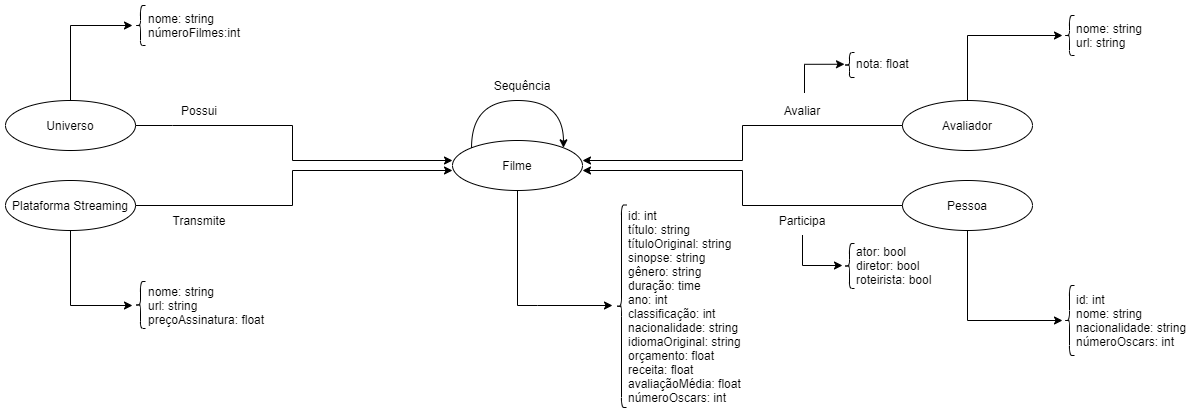
This is lab08-projeto/images/modelo-logico-grafos.png from MovieCatalogDS/MovieCatalogDS, a draw.io export, as it was before one commit. Source tidied: cells renumbered, new cells last; positions are measured from the earlier drawing's top-left corner, leaving out a move shared by most shapes.
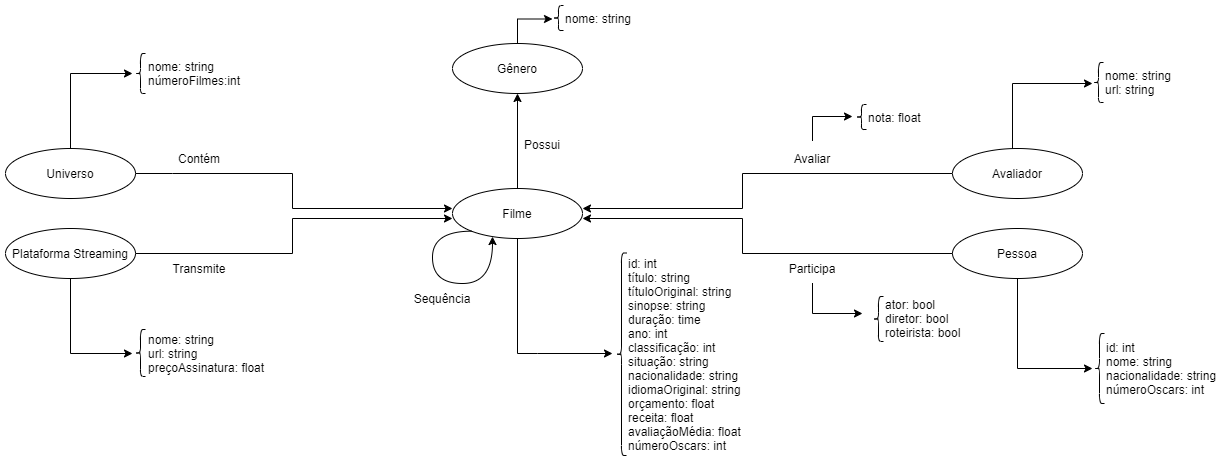
Above is the later version.

Commit message:
Correção das perguntas e do modelo lógico

Diff of the diagram source:
```diff
@@ -3,177 +3,202 @@
     <mxCell id="0" />
     <mxCell id="1" parent="0" />
     <mxCell id="2" style="shape=curlyBracket;whiteSpace=wrap;html=1;rounded=1;" parent="1" vertex="1">
-      <mxGeometry x="611" y="199.5" width="10" height="202.5" as="geometry" />
+      <mxGeometry x="-78" y="199.5" width="10" height="202.5" as="geometry" />
     </mxCell>
     <mxCell id="3" style="endArrow=classic;html=1;rounded=0;edgeStyle=orthogonalEdgeStyle;exitX=0.5;exitY=1;exitDx=0;exitDy=0;" parent="1" edge="1" source="8">
       <mxGeometry relative="1" as="geometry">
-        <mxPoint x="607" y="300" as="targetPoint" />
+        <mxPoint x="-82" y="300" as="targetPoint" />
         <Array as="points">
-          <mxPoint x="532" y="300" />
-          <mxPoint x="607" y="300" />
+          <mxPoint x="-157" y="300" />
+          <mxPoint x="-82" y="300" />
         </Array>
       </mxGeometry>
     </mxCell>
-    <mxCell id="4" value="id: int&lt;br&gt;título: string&lt;br&gt;&lt;div&gt;&lt;span&gt;títuloOriginal: string&lt;/span&gt;&lt;/div&gt;&lt;div&gt;&lt;span&gt;sinopse: string&lt;/span&gt;&lt;/div&gt;&lt;div&gt;&lt;span&gt;gênero: string&lt;/span&gt;&lt;/div&gt;&lt;div&gt;duração: time&lt;/div&gt;&lt;div&gt;ano: int&lt;/div&gt;&lt;div&gt;classificação: int&lt;br&gt;&lt;/div&gt;&lt;div&gt;nacionalidade: string&lt;/div&gt;&lt;div&gt;idiomaOriginal: string&lt;/div&gt;&lt;div&gt;orçamento: float&lt;/div&gt;&lt;div&gt;receita: float&lt;/div&gt;&lt;div&gt;avaliaçãoMédia: float&lt;br&gt;&lt;/div&gt;&lt;div&gt;&lt;span&gt;númeroOscars: int&lt;/span&gt;&lt;/div&gt;" style="text;html=1;strokeColor=none;fillColor=none;align=left;verticalAlign=middle;whiteSpace=wrap;rounded=0;" parent="1" vertex="1">
-      <mxGeometry x="621" y="196.4" width="125" height="208.8" as="geometry" />
+    <mxCell id="4" value="id: int&lt;br&gt;título: string&lt;br&gt;&lt;div&gt;&lt;span&gt;títuloOriginal: string&lt;/span&gt;&lt;/div&gt;&lt;div&gt;&lt;span&gt;sinopse: string&lt;/span&gt;&lt;/div&gt;&lt;div&gt;duração: time&lt;/div&gt;&lt;div&gt;ano: int&lt;/div&gt;&lt;div&gt;classificação: int&lt;br&gt;&lt;/div&gt;&lt;div&gt;&lt;div&gt;situação: string&lt;/div&gt;&lt;/div&gt;&lt;div&gt;nacionalidade: string&lt;/div&gt;&lt;div&gt;idiomaOriginal: string&lt;/div&gt;&lt;div&gt;orçamento: float&lt;/div&gt;&lt;div&gt;receita: float&lt;/div&gt;&lt;div&gt;avaliaçãoMédia: float&lt;br&gt;&lt;/div&gt;&lt;div&gt;&lt;span&gt;númeroOscars: int&lt;/span&gt;&lt;/div&gt;" style="text;html=1;strokeColor=none;fillColor=none;align=left;verticalAlign=middle;whiteSpace=wrap;rounded=0;" parent="1" vertex="1">
+      <mxGeometry x="-68" y="196.4" width="125" height="208.8" as="geometry" />
     </mxCell>
     <mxCell id="5" style="shape=curlyBracket;whiteSpace=wrap;html=1;rounded=1;" parent="1" vertex="1">
-      <mxGeometry x="1059" y="280" width="10" height="70" as="geometry" />
+      <mxGeometry x="400" y="280" width="10" height="70" as="geometry" />
     </mxCell>
     <mxCell id="6" value="id: int&lt;br&gt;&lt;div&gt;&lt;span&gt;nome: string&lt;/span&gt;&lt;/div&gt;&lt;div&gt;nacionalidade: string&lt;/div&gt;&lt;div&gt;númeroOscars: int&lt;/div&gt;" style="text;html=1;strokeColor=none;fillColor=none;align=left;verticalAlign=middle;whiteSpace=wrap;rounded=0;" parent="1" vertex="1">
-      <mxGeometry x="1069" y="280" width="118" height="70" as="geometry" />
+      <mxGeometry x="410" y="280" width="118" height="70" as="geometry" />
     </mxCell>
     <mxCell id="7" value="Plataforma Streaming" style="ellipse;whiteSpace=wrap;html=1;" parent="1" vertex="1">
-      <mxGeometry y="175" width="130" height="50" as="geometry" />
+      <mxGeometry x="-689" y="175" width="130" height="50" as="geometry" />
     </mxCell>
     <mxCell id="8" value="Filme" style="ellipse;whiteSpace=wrap;html=1;" parent="1" vertex="1">
-      <mxGeometry x="447" y="135" width="130" height="50" as="geometry" />
+      <mxGeometry x="-242" y="135" width="130" height="50" as="geometry" />
     </mxCell>
     <mxCell id="9" value="Pessoa" style="ellipse;whiteSpace=wrap;html=1;" parent="1" vertex="1">
-      <mxGeometry x="897" y="175" width="130" height="50" as="geometry" />
+      <mxGeometry x="258" y="175" width="130" height="50" as="geometry" />
     </mxCell>
     <mxCell id="10" style="endArrow=classic;html=1;rounded=0;edgeStyle=orthogonalEdgeStyle;exitX=0.5;exitY=1;exitDx=0;exitDy=0;" parent="1" edge="1" source="7">
       <mxGeometry relative="1" as="geometry">
-        <mxPoint x="127" y="300" as="targetPoint" />
+        <mxPoint x="-562" y="300" as="targetPoint" />
         <Array as="points">
-          <mxPoint x="65" y="300" />
+          <mxPoint x="-624" y="300" />
         </Array>
       </mxGeometry>
     </mxCell>
     <mxCell id="11" style="endArrow=classic;html=1;rounded=0;edgeStyle=orthogonalEdgeStyle;exitX=0.5;exitY=1;exitDx=0;exitDy=0;" parent="1" edge="1" source="9">
       <mxGeometry relative="1" as="geometry">
-        <mxPoint x="1057" y="315" as="targetPoint" />
+        <mxPoint x="398" y="315" as="targetPoint" />
         <Array as="points">
-          <mxPoint x="962" y="315" />
+          <mxPoint x="323" y="315" />
         </Array>
       </mxGeometry>
     </mxCell>
     <mxCell id="12" style="shape=curlyBracket;whiteSpace=wrap;html=1;rounded=1;" parent="1" vertex="1">
-      <mxGeometry x="130" y="276" width="10" height="47" as="geometry" />
+      <mxGeometry x="-559" y="276" width="10" height="47" as="geometry" />
     </mxCell>
     <mxCell id="13" value="nome: string&lt;br&gt;url: string&lt;br&gt;preçoAssinatura: float" style="text;html=1;strokeColor=none;fillColor=none;align=left;verticalAlign=middle;whiteSpace=wrap;rounded=0;" parent="1" vertex="1">
-      <mxGeometry x="141" y="274.5" width="127" height="50" as="geometry" />
+      <mxGeometry x="-548" y="274.5" width="127" height="50" as="geometry" />
     </mxCell>
-    <mxCell id="14" style="curved=1;endArrow=classic;html=1;rounded=0;edgeStyle=orthogonalEdgeStyle;exitX=0;exitY=0;exitDx=0;exitDy=0;entryX=1;entryY=0;entryDx=0;entryDy=0;" parent="1" edge="1" source="8" target="8">
+    <mxCell id="14" style="curved=1;endArrow=classic;html=1;rounded=0;edgeStyle=orthogonalEdgeStyle;exitX=0;exitY=1;exitDx=0;exitDy=0;" parent="1" edge="1" source="8" target="8">
       <mxGeometry relative="1" as="geometry">
         <Array as="points">
-          <mxPoint x="466" y="95" />
-          <mxPoint x="558" y="95" />
+          <mxPoint x="-262" y="178" />
+          <mxPoint x="-262" y="230" />
+          <mxPoint x="-202" y="230" />
         </Array>
       </mxGeometry>
     </mxCell>
     <mxCell id="15" value="Sequência" style="text;html=1;strokeColor=none;fillColor=none;align=center;verticalAlign=middle;whiteSpace=wrap;rounded=0;" parent="1" vertex="1">
-      <mxGeometry x="487" y="65" width="60" height="30" as="geometry" />
+      <mxGeometry x="-282" y="229.5" width="60" height="30" as="geometry" />
     </mxCell>
     <mxCell id="16" value="Participa" style="text;html=1;strokeColor=none;fillColor=none;align=center;verticalAlign=middle;whiteSpace=wrap;rounded=0;" parent="1" vertex="1">
-      <mxGeometry x="767" y="199.5" width="60" height="30" as="geometry" />
+      <mxGeometry x="88" y="199.5" width="60" height="30" as="geometry" />
     </mxCell>
     <mxCell id="17" style="endArrow=classic;html=1;rounded=0;edgeStyle=orthogonalEdgeStyle;exitX=0.5;exitY=1;exitDx=0;exitDy=0;" parent="1" edge="1" source="16">
       <mxGeometry relative="1" as="geometry">
-        <mxPoint x="837" y="260" as="targetPoint" />
+        <mxPoint x="168" y="260" as="targetPoint" />
         <Array as="points">
-          <mxPoint x="797" y="260" />
+          <mxPoint x="118" y="260" />
+          <mxPoint x="168" y="260" />
         </Array>
       </mxGeometry>
     </mxCell>
     <mxCell id="18" style="shape=curlyBracket;whiteSpace=wrap;html=1;rounded=1;" parent="1" vertex="1">
-      <mxGeometry x="839" y="238" width="10" height="45" as="geometry" />
+      <mxGeometry x="179" y="243" width="10" height="45" as="geometry" />
     </mxCell>
     <mxCell id="19" value="ator: bool&lt;br&gt;diretor: bool&lt;br&gt;roteirista: bool" style="text;html=1;strokeColor=none;fillColor=none;align=left;verticalAlign=middle;whiteSpace=wrap;rounded=0;" parent="1" vertex="1">
-      <mxGeometry x="849" y="235" width="80" height="50" as="geometry" />
+      <mxGeometry x="189" y="240" width="80" height="50" as="geometry" />
     </mxCell>
     <mxCell id="20" value="Universo" style="ellipse;whiteSpace=wrap;html=1;" parent="1" vertex="1">
-      <mxGeometry y="95" width="130" height="50" as="geometry" />
+      <mxGeometry x="-689" y="95" width="130" height="50" as="geometry" />
     </mxCell>
     <mxCell id="21" style="endArrow=classic;html=1;rounded=0;edgeStyle=orthogonalEdgeStyle;exitX=1;exitY=0.5;exitDx=0;exitDy=0;" parent="1" edge="1" source="20">
       <mxGeometry relative="1" as="geometry">
-        <mxPoint x="447" y="155" as="targetPoint" />
+        <mxPoint x="-242" y="155" as="targetPoint" />
         <Array as="points">
-          <mxPoint x="167" y="120" />
-          <mxPoint x="287" y="120" />
-          <mxPoint x="287" y="155" />
+          <mxPoint x="-522" y="120" />
+          <mxPoint x="-402" y="120" />
+          <mxPoint x="-402" y="155" />
         </Array>
       </mxGeometry>
     </mxCell>
     <mxCell id="22" style="endArrow=classic;html=1;rounded=0;edgeStyle=orthogonalEdgeStyle;exitX=1;exitY=0.5;exitDx=0;exitDy=0;" parent="1" edge="1" source="7">
       <mxGeometry relative="1" as="geometry">
-        <mxPoint x="447" y="165" as="targetPoint" />
+        <mxPoint x="-242" y="165" as="targetPoint" />
         <Array as="points">
-          <mxPoint x="287" y="200" />
-          <mxPoint x="287" y="165" />
+          <mxPoint x="-402" y="200" />
+          <mxPoint x="-402" y="165" />
         </Array>
       </mxGeometry>
     </mxCell>
     <mxCell id="23" style="endArrow=classic;html=1;rounded=0;edgeStyle=orthogonalEdgeStyle;exitX=0.5;exitY=0;exitDx=0;exitDy=0;" parent="1" edge="1" source="20">
       <mxGeometry relative="1" as="geometry">
-        <mxPoint x="127" y="20" as="targetPoint" />
+        <mxPoint x="-562" y="20" as="targetPoint" />
         <Array as="points">
-          <mxPoint x="65" y="20" />
+          <mxPoint x="-624" y="20" />
         </Array>
       </mxGeometry>
     </mxCell>
     <mxCell id="24" style="shape=curlyBracket;whiteSpace=wrap;html=1;rounded=1;" parent="1" vertex="1">
-      <mxGeometry x="130" width="10" height="40" as="geometry" />
+      <mxGeometry x="-559" width="10" height="40" as="geometry" />
     </mxCell>
     <mxCell id="25" value="nome: string&lt;br&gt;númeroFilmes:int" style="text;html=1;strokeColor=none;fillColor=none;align=left;verticalAlign=middle;whiteSpace=wrap;rounded=0;" parent="1" vertex="1">
-      <mxGeometry x="141" width="105" height="40" as="geometry" />
+      <mxGeometry x="-548" width="105" height="40" as="geometry" />
     </mxCell>
     <mxCell id="26" value="Transmite" style="text;html=1;strokeColor=none;fillColor=none;align=center;verticalAlign=middle;whiteSpace=wrap;rounded=0;" parent="1" vertex="1">
-      <mxGeometry x="163.5" y="199.5" width="60" height="30" as="geometry" />
+      <mxGeometry x="-525.5" y="199.5" width="60" height="30" as="geometry" />
     </mxCell>
-    <mxCell id="27" value="Possui" style="text;html=1;strokeColor=none;fillColor=none;align=center;verticalAlign=middle;whiteSpace=wrap;rounded=0;" parent="1" vertex="1">
-      <mxGeometry x="163.5" y="90" width="60" height="30" as="geometry" />
+    <mxCell id="27" value="Contém" style="text;html=1;strokeColor=none;fillColor=none;align=center;verticalAlign=middle;whiteSpace=wrap;rounded=0;" parent="1" vertex="1">
+      <mxGeometry x="-525.5" y="90" width="60" height="30" as="geometry" />
     </mxCell>
     <mxCell id="28" style="endArrow=classic;html=1;rounded=0;edgeStyle=orthogonalEdgeStyle;exitX=0;exitY=0.5;exitDx=0;exitDy=0;entryX=1;entryY=0.6;entryDx=0;entryDy=0;entryPerimeter=0;" parent="1" edge="1" source="9" target="8">
       <mxGeometry relative="1" as="geometry">
         <Array as="points">
-          <mxPoint x="737" y="200" />
-          <mxPoint x="737" y="165" />
+          <mxPoint x="48" y="200" />
+          <mxPoint x="48" y="165" />
         </Array>
       </mxGeometry>
     </mxCell>
     <mxCell id="29" style="endArrow=classic;html=1;rounded=0;edgeStyle=orthogonalEdgeStyle;exitX=1;exitY=0.5;exitDx=0;exitDy=0;entryX=1;entryY=0.4;entryDx=0;entryDy=0;entryPerimeter=0;" parent="1" edge="1" target="8">
       <mxGeometry relative="1" as="geometry">
-        <mxPoint x="947" y="120" as="sourcePoint" />
+        <mxPoint x="258" y="120" as="sourcePoint" />
         <Array as="points">
-          <mxPoint x="737" y="120" />
-          <mxPoint x="737" y="155" />
+          <mxPoint x="48" y="120" />
+          <mxPoint x="48" y="155" />
         </Array>
       </mxGeometry>
     </mxCell>
     <mxCell id="30" value="Avaliador" style="ellipse;whiteSpace=wrap;html=1;" parent="1" vertex="1">
-      <mxGeometry x="897" y="95" width="130" height="50" as="geometry" />
+      <mxGeometry x="258" y="95" width="130" height="50" as="geometry" />
     </mxCell>
     <mxCell id="31" value="Avaliar" style="text;html=1;strokeColor=none;fillColor=none;align=center;verticalAlign=middle;whiteSpace=wrap;rounded=0;" parent="1" vertex="1">
-      <mxGeometry x="767" y="87.5" width="60" height="35" as="geometry" />
+      <mxGeometry x="88" y="87.5" width="60" height="35" as="geometry" />
     </mxCell>
+    <mxCell id="38" style="endArrow=classic;html=1;rounded=0;edgeStyle=orthogonalEdgeStyle;" parent="1" edge="1" source="31">
+      <mxGeometry relative="1" as="geometry">
+        <mxPoint x="158" y="63" as="targetPoint" />
+        <Array as="points">
+          <mxPoint x="118" y="63" />
+        </Array>
+      </mxGeometry>
+    </mxCell>
     <mxCell id="32" style="shape=curlyBracket;whiteSpace=wrap;html=1;rounded=1;" parent="1" vertex="1">
-      <mxGeometry x="839" y="47" width="10" height="25" as="geometry" />
+      <mxGeometry x="162" y="51" width="10" height="25" as="geometry" />
     </mxCell>
     <mxCell id="33" value="&lt;span&gt;nota: float&lt;/span&gt;" style="text;html=1;strokeColor=none;fillColor=none;align=left;verticalAlign=middle;whiteSpace=wrap;rounded=0;" parent="1" vertex="1">
-      <mxGeometry x="849" y="45" width="60" height="25" as="geometry" />
+      <mxGeometry x="172" y="51" width="60" height="25" as="geometry" />
     </mxCell>
     <mxCell id="34" style="endArrow=classic;html=1;rounded=0;edgeStyle=orthogonalEdgeStyle;" parent="1" edge="1" source="30">
       <mxGeometry relative="1" as="geometry">
-        <mxPoint x="1057" y="30" as="targetPoint" />
+        <mxPoint x="398" y="30" as="targetPoint" />
         <Array as="points">
-          <mxPoint x="962" y="30" />
+          <mxPoint x="318" y="30" />
         </Array>
       </mxGeometry>
     </mxCell>
     <mxCell id="35" style="shape=curlyBracket;whiteSpace=wrap;html=1;rounded=1;" parent="1" vertex="1">
-      <mxGeometry x="1059" y="10" width="10" height="40" as="geometry" />
+      <mxGeometry x="399" y="9" width="10" height="40" as="geometry" />
     </mxCell>
     <mxCell id="36" value="nome: string&lt;br&gt;url: string" style="text;html=1;strokeColor=none;fillColor=none;align=left;verticalAlign=middle;whiteSpace=wrap;rounded=0;" parent="1" vertex="1">
-      <mxGeometry x="1069" y="10" width="80" height="40" as="geometry" />
+      <mxGeometry x="409" y="9" width="80" height="40" as="geometry" />
     </mxCell>
-    <mxCell id="37" style="endArrow=classic;html=1;rounded=0;edgeStyle=orthogonalEdgeStyle;" parent="1" edge="1" source="31">
-      <mxGeometry relative="1" as="geometry">
-        <mxPoint x="839" y="58.8" as="targetPoint" />
-        <Array as="points">
-          <mxPoint x="799" y="59" />
-        </Array>
-      </mxGeometry>
-    </mxCell>
+    <mxCell id="39" value="Gênero" style="ellipse;whiteSpace=wrap;html=1;" parent="1" vertex="1">
+      <mxGeometry x="-242" y="-10" width="130" height="50" as="geometry" />
+    </mxCell>
+    <mxCell id="40" style="endArrow=classic;html=1;rounded=0;edgeStyle=orthogonalEdgeStyle;exitX=0.5;exitY=0;exitDx=0;exitDy=0;entryX=0.5;entryY=1;entryDx=0;entryDy=0;" parent="1" edge="1" source="8" target="39">
+      <mxGeometry relative="1" as="geometry" />
+    </mxCell>
+    <mxCell id="41" style="endArrow=classic;html=1;rounded=0;edgeStyle=orthogonalEdgeStyle;exitX=0.5;exitY=0;exitDx=0;exitDy=0;" parent="1" edge="1" source="39">
+      <mxGeometry relative="1" as="geometry">
+        <mxPoint x="-142" y="-34.5" as="targetPoint" />
+        <Array as="points">
+          <mxPoint x="-177" y="-34" />
+        </Array>
+      </mxGeometry>
+    </mxCell>
+    <mxCell id="42" style="shape=curlyBracket;whiteSpace=wrap;html=1;rounded=1;" parent="1" vertex="1">
+      <mxGeometry x="-141" y="-48" width="10" height="25" as="geometry" />
+    </mxCell>
+    <mxCell id="43" value="&lt;span&gt;nome: string&lt;/span&gt;" style="text;html=1;strokeColor=none;fillColor=none;align=left;verticalAlign=middle;whiteSpace=wrap;rounded=0;" parent="1" vertex="1">
+      <mxGeometry x="-131" y="-48" width="69" height="25" as="geometry" />
+    </mxCell>
+    <mxCell id="44" value="Possui" style="text;html=1;strokeColor=none;fillColor=none;align=center;verticalAlign=middle;whiteSpace=wrap;rounded=0;" parent="1" vertex="1">
+      <mxGeometry x="-182" y="76" width="60" height="30" as="geometry" />
+    </mxCell>
   </root>
 </mxGraphModel>
```
